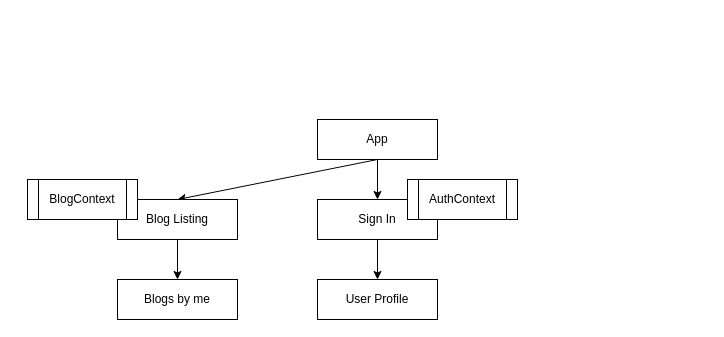
Earlier version of the draw.io diagram page "Context usage" (1 of 5) of src/diagram/redux.drawio (shashankshetty1996/redux-learning). Source tidied: cells renumbered, new cells numbered last; positions are measured from the earlier drawing's top-left corner, leaving out a move shared by most shapes. Both pictures are drawn from the tidied source at 100%, with x=0, y=0 at pixel (27, 119).
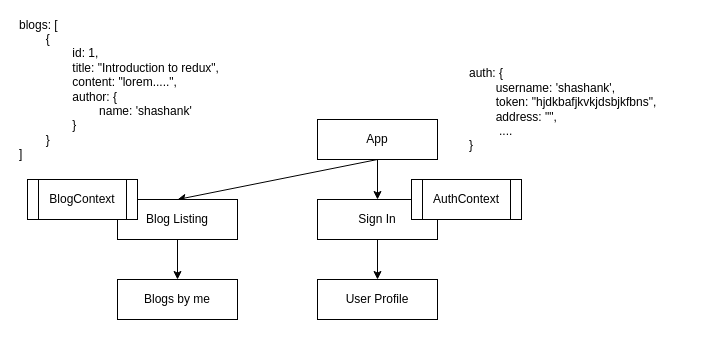
Above is the later version.

The edit, as a diff of the source:
```diff
@@
 <mxGraphModel>
   <root>
     <mxCell id="0" />
     <mxCell id="1" parent="0" />
     <mxCell id="2" style="edgeStyle=none;html=1;exitX=0.5;exitY=1;exitDx=0;exitDy=0;entryX=0.5;entryY=0;entryDx=0;entryDy=0;" parent="1" edge="1" source="4" target="6">
       <mxGeometry relative="1" as="geometry" />
     </mxCell>
     <mxCell id="3" style="edgeStyle=none;html=1;exitX=0.5;exitY=1;exitDx=0;exitDy=0;entryX=0.5;entryY=0;entryDx=0;entryDy=0;" parent="1" edge="1" source="4" target="8">
       <mxGeometry relative="1" as="geometry" />
     </mxCell>
     <mxCell id="4" value="App" style="rounded=0;whiteSpace=wrap;html=1;" parent="1" vertex="1">
       <mxGeometry x="290" width="120" height="40" as="geometry" />
     </mxCell>
     <mxCell id="5" style="edgeStyle=none;html=1;exitX=0.5;exitY=1;exitDx=0;exitDy=0;" parent="1" edge="1" source="6" target="9">
       <mxGeometry relative="1" as="geometry" />
     </mxCell>
     <mxCell id="6" value="Blog Listing" style="rounded=0;whiteSpace=wrap;html=1;" parent="1" vertex="1">
       <mxGeometry x="90" y="80" width="120" height="40" as="geometry" />
     </mxCell>
     <mxCell id="7" style="edgeStyle=none;html=1;exitX=0.5;exitY=1;exitDx=0;exitDy=0;entryX=0.5;entryY=0;entryDx=0;entryDy=0;" parent="1" edge="1" source="8" target="12">
       <mxGeometry relative="1" as="geometry" />
     </mxCell>
     <mxCell id="8" value="Sign In" style="rounded=0;whiteSpace=wrap;html=1;" parent="1" vertex="1">
       <mxGeometry x="290" y="80" width="120" height="40" as="geometry" />
     </mxCell>
     <mxCell id="9" value="Blogs by me" style="rounded=0;whiteSpace=wrap;html=1;" parent="1" vertex="1">
       <mxGeometry x="90" y="160" width="120" height="40" as="geometry" />
     </mxCell>
     <mxCell id="10" value="BlogContext" style="shape=process;whiteSpace=wrap;html=1;backgroundOutline=1;" parent="1" vertex="1">
       <mxGeometry y="60" width="110" height="40" as="geometry" />
     </mxCell>
     <mxCell id="11" value="AuthContext" style="shape=process;whiteSpace=wrap;html=1;backgroundOutline=1;" parent="1" vertex="1">
-      <mxGeometry x="380" y="60" width="110" height="40" as="geometry" />
+      <mxGeometry x="384" y="60" width="110" height="40" as="geometry" />
     </mxCell>
     <mxCell id="12" value="User Profile" style="rounded=0;whiteSpace=wrap;html=1;" parent="1" vertex="1">
       <mxGeometry x="290" y="160" width="120" height="40" as="geometry" />
     </mxCell>
+    <mxCell id="13" value="&lt;br&gt;auth: { &lt;br&gt;&lt;div&gt;&lt;span&gt;&lt;span style=&quot;white-space: pre&quot;&gt;&#9;&lt;/span&gt;username: 'shashank',&lt;/span&gt;&lt;/div&gt;&lt;div&gt;&lt;span&gt;&lt;span style=&quot;white-space: pre&quot;&gt;&#9;&lt;/span&gt;token: &quot;hjdkbafjkvkjdsbjkfbns&quot;, &lt;span style=&quot;white-space: pre&quot;&gt;&#9;&lt;/span&gt;address: &quot;&quot;,&lt;/span&gt;&lt;/div&gt;&lt;div&gt;&lt;span&gt;&lt;span style=&quot;white-space: pre&quot;&gt;&#9;&lt;/span&gt;&amp;nbsp;....&amp;nbsp;&lt;/span&gt;&lt;/div&gt;&lt;div&gt;&lt;span&gt;}&lt;/span&gt;&lt;/div&gt;&amp;nbsp;" style="text;html=1;strokeColor=none;fillColor=none;align=left;verticalAlign=middle;whiteSpace=wrap;rounded=0;" parent="1" vertex="1">
+      <mxGeometry x="440" y="-60" width="240" height="100" as="geometry" />
+    </mxCell>
+    <mxCell id="14" value="blogs: [ &lt;br&gt;&lt;span style=&quot;white-space: pre&quot;&gt;&#9;&lt;/span&gt;{&amp;nbsp;&lt;br&gt;&lt;span style=&quot;white-space: pre&quot;&gt;&#9;&lt;span style=&quot;white-space: pre&quot;&gt;&#9;&lt;/span&gt;i&lt;/span&gt;d: 1,&lt;br&gt;&lt;span style=&quot;white-space: pre&quot;&gt;&lt;span style=&quot;white-space: pre&quot;&gt;&#9;&lt;/span&gt;&lt;span style=&quot;white-space: pre&quot;&gt;&#9;&lt;/span&gt;title: &quot;Introduction to redux&quot;,&lt;br&gt;&lt;span style=&quot;white-space: pre&quot;&gt;&#9;&lt;/span&gt;&lt;span style=&quot;white-space: pre&quot;&gt;&#9;&lt;/span&gt;content: &quot;lorem.....&quot;,&lt;br/&gt;&lt;/span&gt;&lt;span style=&quot;white-space: pre&quot;&gt;&#9;&lt;/span&gt;&lt;span style=&quot;white-space: pre&quot;&gt;&#9;&lt;/span&gt;author: {&lt;br&gt;&lt;span style=&quot;white-space: pre&quot;&gt;&#9;&lt;/span&gt;&lt;span style=&quot;white-space: pre&quot;&gt;&#9;&lt;span style=&quot;white-space: pre&quot;&gt;&#9;&lt;/span&gt;n&lt;/span&gt;ame: 'shashank'&lt;br&gt;&lt;span style=&quot;white-space: pre&quot;&gt;&#9;&lt;/span&gt;&lt;span style=&quot;white-space: pre&quot;&gt;&#9;&lt;/span&gt;}&lt;br&gt;&lt;span style=&quot;white-space: pre&quot;&gt;&#9;&lt;/span&gt;}&lt;br&gt;]" style="text;html=1;strokeColor=none;fillColor=none;align=left;verticalAlign=middle;whiteSpace=wrap;rounded=0;" parent="1" vertex="1">
+      <mxGeometry x="-10" y="-80" width="240" height="100" as="geometry" />
+    </mxCell>
   </root>
 </mxGraphModel>
```
